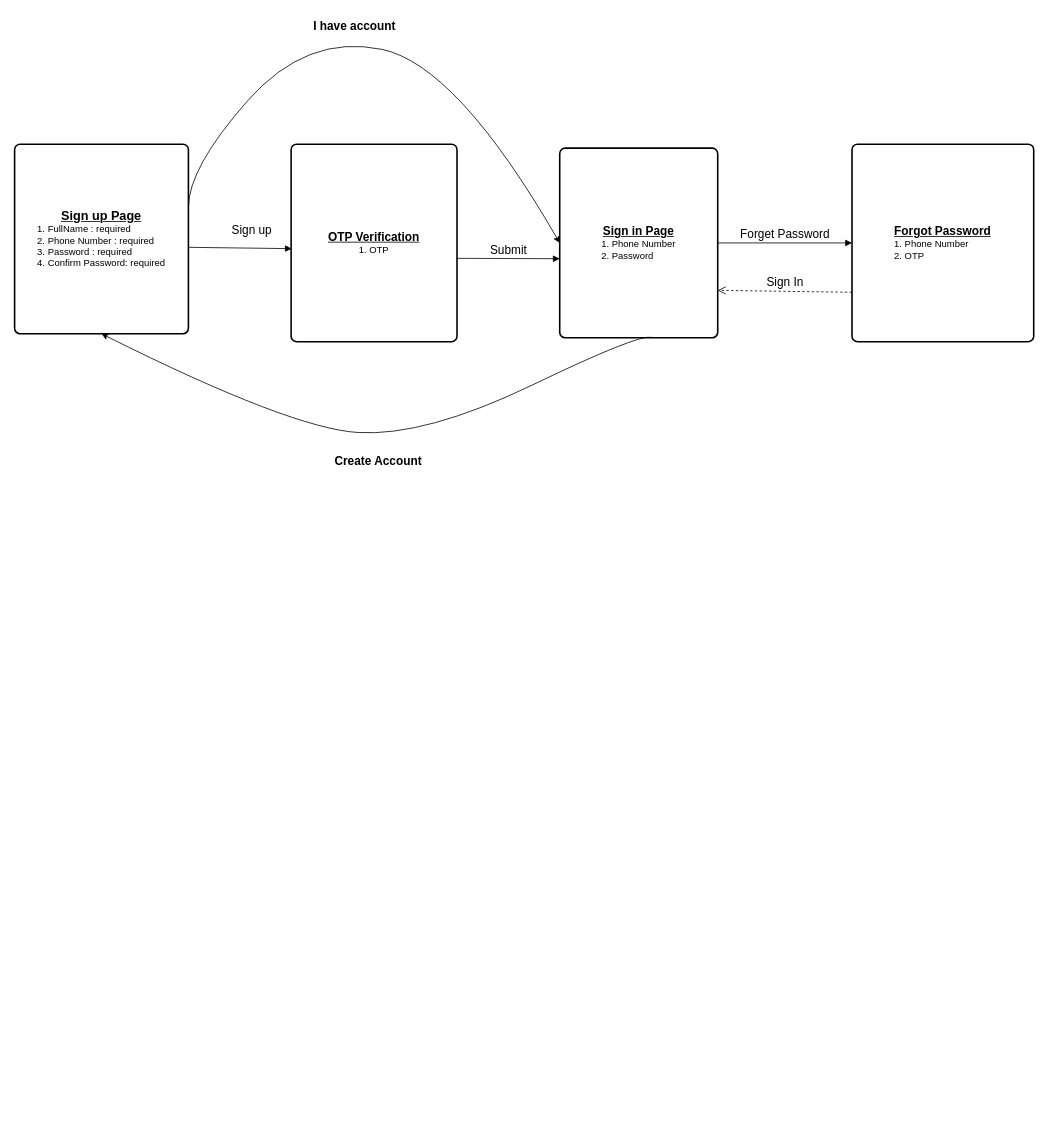
anujsrivastava1234/DiagramsOfTDM keeps this draw.io diagram as Diagrams/Untitled Diagram.drawio. Above is the earlier version. Source tidied: cells renumbered, new cells numbered last; positions are measured from the earlier drawing's top-left corner, leaving out a move shared by most shapes. Both pictures are drawn from the tidied source at 79%, with x=0, y=0 at pixel (14, 13).
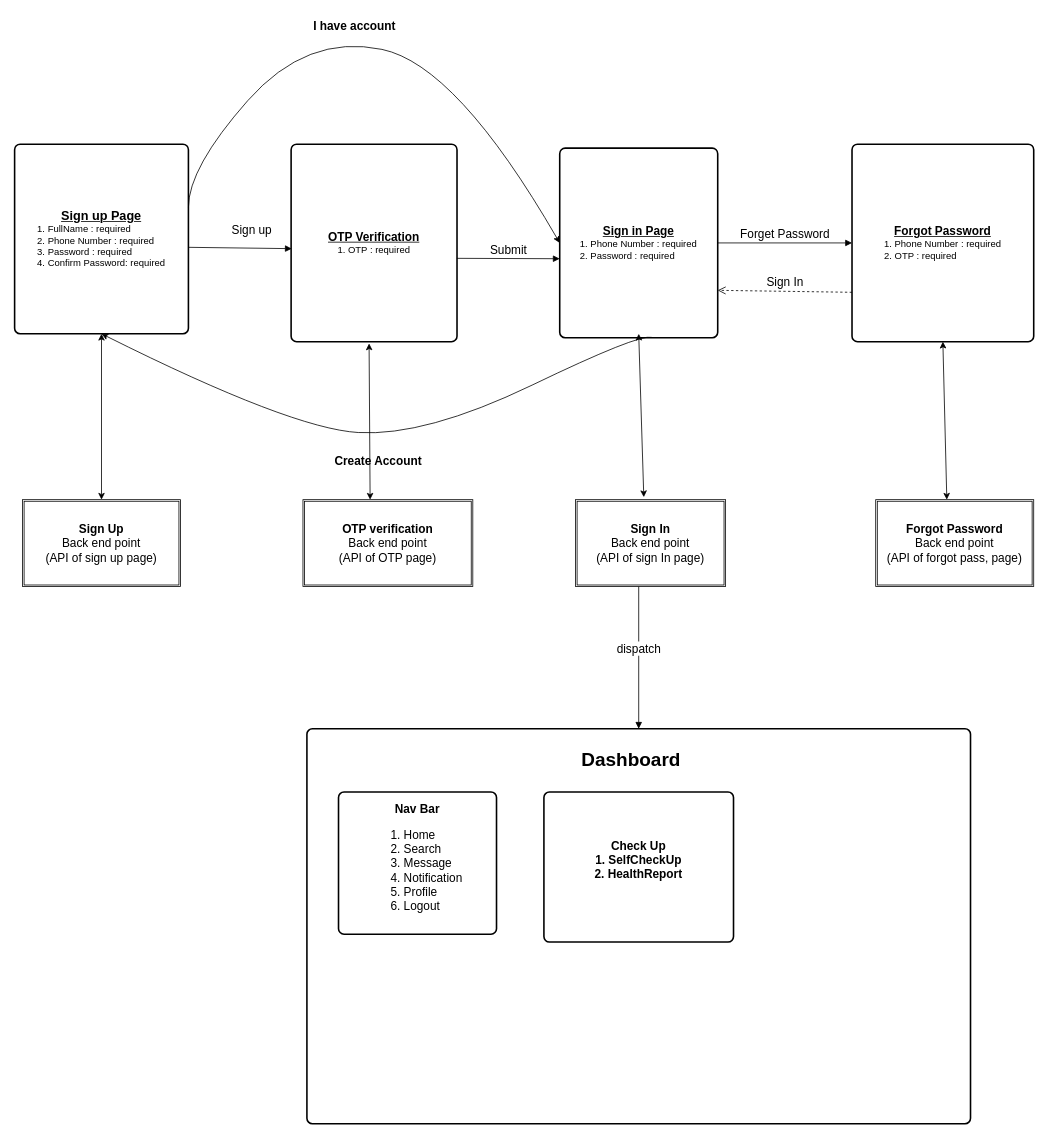
The same diagram, later.

Change to the diagram source:
```diff
@@
-    <mxCell id="3" value="&lt;b&gt;&lt;u&gt;&lt;font style=&quot;font-size: 15px;&quot;&gt;Sign in Page&lt;/font&gt;&lt;/u&gt;&lt;/b&gt;&lt;br&gt;&lt;div style=&quot;text-align: left;&quot;&gt;&lt;span style=&quot;background-color: initial;&quot;&gt;1. Phone Number&lt;/span&gt;&lt;/div&gt;&lt;div style=&quot;text-align: left;&quot;&gt;&lt;span style=&quot;background-color: initial;&quot;&gt;2. Password&lt;/span&gt;&lt;/div&gt;" style="rounded=1;whiteSpace=wrap;html=1;absoluteArcSize=1;arcSize=14;strokeWidth=2;" parent="1" vertex="1">
+    <mxCell id="3" value="&lt;b&gt;&lt;u&gt;&lt;font style=&quot;font-size: 15px;&quot;&gt;Sign in Page&lt;/font&gt;&lt;/u&gt;&lt;/b&gt;&lt;br&gt;&lt;div style=&quot;text-align: left;&quot;&gt;&lt;span style=&quot;background-color: initial;&quot;&gt;1. Phone Number : required&lt;/span&gt;&lt;/div&gt;&lt;div style=&quot;text-align: left;&quot;&gt;&lt;span style=&quot;background-color: initial;&quot;&gt;2. Password : required&lt;/span&gt;&lt;/div&gt;" style="rounded=1;whiteSpace=wrap;html=1;absoluteArcSize=1;arcSize=14;strokeWidth=2;" parent="1" vertex="1">
       <mxGeometry x="690" y="170" width="200" height="240" as="geometry" />
     </mxCell>
-    <mxCell id="4" value="&lt;b&gt;&lt;u&gt;&lt;font style=&quot;font-size: 15px;&quot;&gt;Forgot Password&lt;/font&gt;&lt;/u&gt;&lt;/b&gt;&lt;br&gt;&lt;div style=&quot;text-align: left;&quot;&gt;&lt;span style=&quot;background-color: initial;&quot;&gt;1. Phone Number&lt;/span&gt;&lt;/div&gt;&lt;div style=&quot;text-align: left;&quot;&gt;&lt;span style=&quot;background-color: initial;&quot;&gt;2. OTP&lt;/span&gt;&lt;/div&gt;" style="rounded=1;whiteSpace=wrap;html=1;absoluteArcSize=1;arcSize=14;strokeWidth=2;" parent="1" vertex="1">
+    <mxCell id="4" value="&lt;b&gt;&lt;u&gt;&lt;font style=&quot;font-size: 15px;&quot;&gt;Forgot Password&lt;/font&gt;&lt;/u&gt;&lt;/b&gt;&lt;br&gt;&lt;div style=&quot;text-align: left;&quot;&gt;&lt;span style=&quot;background-color: initial;&quot;&gt;1. Phone Number : required&lt;/span&gt;&lt;/div&gt;&lt;div style=&quot;text-align: left;&quot;&gt;&lt;span style=&quot;background-color: initial;&quot;&gt;2. OTP : required&lt;/span&gt;&lt;/div&gt;" style="rounded=1;whiteSpace=wrap;html=1;absoluteArcSize=1;arcSize=14;strokeWidth=2;" parent="1" vertex="1">
       <mxGeometry x="1060" y="165" width="230" height="250" as="geometry" />
     </mxCell>
-    <mxCell id="5" value="&lt;font style=&quot;font-size: 15px;&quot;&gt;&lt;b&gt;&lt;u&gt;OTP Verification&lt;/u&gt;&lt;/b&gt;&lt;/font&gt;&lt;br&gt;1. OTP" style="rounded=1;whiteSpace=wrap;html=1;absoluteArcSize=1;arcSize=14;strokeWidth=2;" parent="1" vertex="1">
+    <mxCell id="5" value="&lt;font style=&quot;font-size: 15px;&quot;&gt;&lt;b&gt;&lt;u&gt;OTP Verification&lt;/u&gt;&lt;/b&gt;&lt;/font&gt;&lt;br&gt;1. OTP : required" style="rounded=1;whiteSpace=wrap;html=1;absoluteArcSize=1;arcSize=14;strokeWidth=2;" parent="1" vertex="1">
       <mxGeometry x="350" y="165" width="210" height="250" as="geometry" />
     </mxCell>
@@
+    <mxCell id="14" value="&lt;b&gt;Sign Up&lt;/b&gt;&lt;br&gt;Back end point&lt;br&gt;(API of sign up page)" style="shape=ext;double=1;rounded=0;whiteSpace=wrap;html=1;fontSize=15;" parent="1" vertex="1">
+      <mxGeometry x="10" y="615" width="200" height="110" as="geometry" />
+    </mxCell>
+    <mxCell id="15" value="&lt;b&gt;OTP verification&lt;/b&gt;&lt;br&gt;Back end point&lt;br&gt;(API of OTP page)" style="shape=ext;double=1;rounded=0;whiteSpace=wrap;html=1;fontSize=15;" parent="1" vertex="1">
+      <mxGeometry x="365" y="615" width="215" height="110" as="geometry" />
+    </mxCell>
+    <mxCell id="16" value="&lt;b&gt;Sign In&lt;/b&gt;&lt;br&gt;Back end point&lt;br&gt;(API of sign In page)" style="shape=ext;double=1;rounded=0;whiteSpace=wrap;html=1;fontSize=15;" parent="1" vertex="1">
+      <mxGeometry x="710" y="615" width="190" height="110" as="geometry" />
+    </mxCell>
+    <mxCell id="17" value="&lt;b&gt;Forgot Password&lt;/b&gt;&lt;br&gt;Back end point&lt;br&gt;(API of forgot pass, page)" style="shape=ext;double=1;rounded=0;whiteSpace=wrap;html=1;fontSize=15;" parent="1" vertex="1">
+      <mxGeometry x="1090" y="615" width="200" height="110" as="geometry" />
+    </mxCell>
+    <mxCell id="18" style="endArrow=classic;startArrow=classic;html=1;rounded=0;fontSize=15;exitX=0.5;exitY=0;exitDx=0;exitDy=0;" parent="1" edge="1" source="14">
+      <mxGeometry relative="1" as="geometry">
+        <mxPoint x="110" y="405" as="targetPoint" />
+      </mxGeometry>
+    </mxCell>
+    <mxCell id="19" style="endArrow=classic;startArrow=classic;html=1;rounded=0;fontSize=15;entryX=0.47;entryY=1.009;entryDx=0;entryDy=0;entryPerimeter=0;" parent="1" edge="1" target="5">
+      <mxGeometry relative="1" as="geometry">
+        <mxPoint x="450" y="615" as="sourcePoint" />
+      </mxGeometry>
+    </mxCell>
+    <mxCell id="20" style="endArrow=classic;startArrow=classic;html=1;rounded=0;fontSize=15;exitX=0.455;exitY=-0.029;exitDx=0;exitDy=0;exitPerimeter=0;" parent="1" edge="1" source="16">
+      <mxGeometry relative="1" as="geometry">
+        <mxPoint x="790" y="405" as="targetPoint" />
+      </mxGeometry>
+    </mxCell>
+    <mxCell id="21" style="endArrow=classic;startArrow=classic;html=1;rounded=0;fontSize=15;entryX=0.5;entryY=1;entryDx=0;entryDy=0;" parent="1" edge="1" target="4">
+      <mxGeometry relative="1" as="geometry">
+        <mxPoint x="1180" y="615" as="sourcePoint" />
+      </mxGeometry>
+    </mxCell>
+    <mxCell id="22" style="rounded=1;whiteSpace=wrap;html=1;absoluteArcSize=1;arcSize=14;strokeWidth=2;fontSize=15;" parent="1" vertex="1">
+      <mxGeometry x="370" y="905" width="840" height="500" as="geometry" />
+    </mxCell>
+    <mxCell id="23" value="Dashboard" style="text;strokeColor=none;fillColor=none;html=1;fontSize=24;fontStyle=1;verticalAlign=middle;align=center;" parent="1" vertex="1">
+      <mxGeometry x="710" y="925" width="140" height="40" as="geometry" />
+    </mxCell>
+    <mxCell id="24" value="dispatch" style="html=1;verticalAlign=bottom;endArrow=block;rounded=0;fontSize=15;" parent="1" edge="1" target="22">
+      <mxGeometry relative="1" as="geometry">
+        <mxPoint x="790" y="725" as="sourcePoint" />
+      </mxGeometry>
+    </mxCell>
+    <mxCell id="25" value="&lt;b&gt;Nav Bar&lt;/b&gt;&lt;br&gt;&lt;div style=&quot;text-align: left;&quot;&gt;&lt;ol&gt;&lt;li&gt;&lt;span style=&quot;background-color: initial;&quot;&gt;Home&lt;/span&gt;&lt;/li&gt;&lt;li&gt;&lt;span style=&quot;background-color: initial;&quot;&gt;Search&lt;/span&gt;&lt;/li&gt;&lt;li&gt;&lt;span style=&quot;background-color: initial;&quot;&gt;Message&lt;/span&gt;&lt;/li&gt;&lt;li&gt;&lt;span style=&quot;background-color: initial;&quot;&gt;Notification&lt;/span&gt;&lt;/li&gt;&lt;li&gt;&lt;span style=&quot;background-color: initial;&quot;&gt;Profile&lt;/span&gt;&lt;/li&gt;&lt;li&gt;&lt;span style=&quot;background-color: initial;&quot;&gt;Logout&lt;/span&gt;&lt;/li&gt;&lt;/ol&gt;&lt;/div&gt;" style="rounded=1;whiteSpace=wrap;html=1;absoluteArcSize=1;arcSize=14;strokeWidth=2;fontSize=15;" parent="1" vertex="1">
+      <mxGeometry x="410" y="985" width="200" height="180" as="geometry" />
+    </mxCell>
+    <mxCell id="26" value="&lt;b&gt;Check Up&lt;br&gt;1. SelfCheckUp&lt;br&gt;2. HealthReport&lt;br&gt;&lt;br&gt;&lt;/b&gt;" style="rounded=1;whiteSpace=wrap;html=1;absoluteArcSize=1;arcSize=14;strokeWidth=2;fontSize=15;" parent="1" vertex="1">
+      <mxGeometry x="670" y="985" width="240" height="190" as="geometry" />
+    </mxCell>
```
